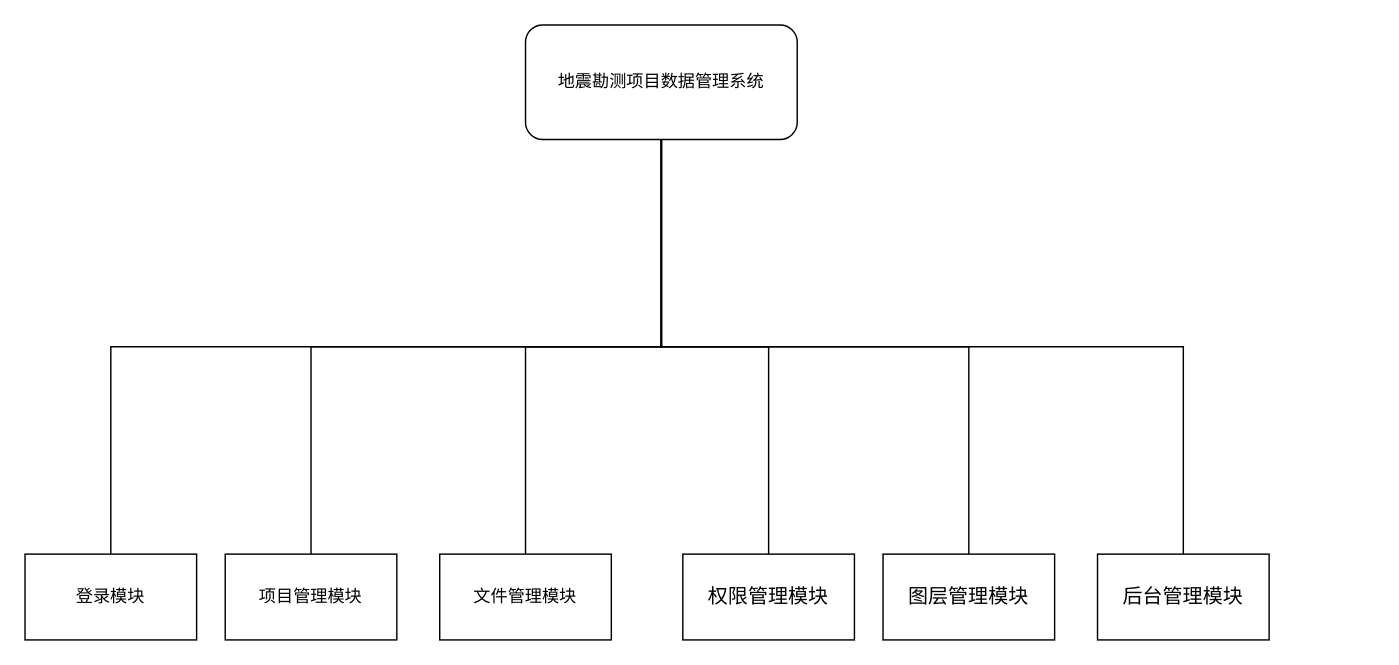
Before: 系统功能模块图.drawio in shehuinidataoge/-, a draw.io diagram. Source tidied: cells renumbered, new cells numbered last; positions are measured from the earlier drawing's top-left corner, leaving out a move shared by most shapes. Both pictures are drawn from the tidied source at 143%, with x=0, y=0 at pixel (24, 24).
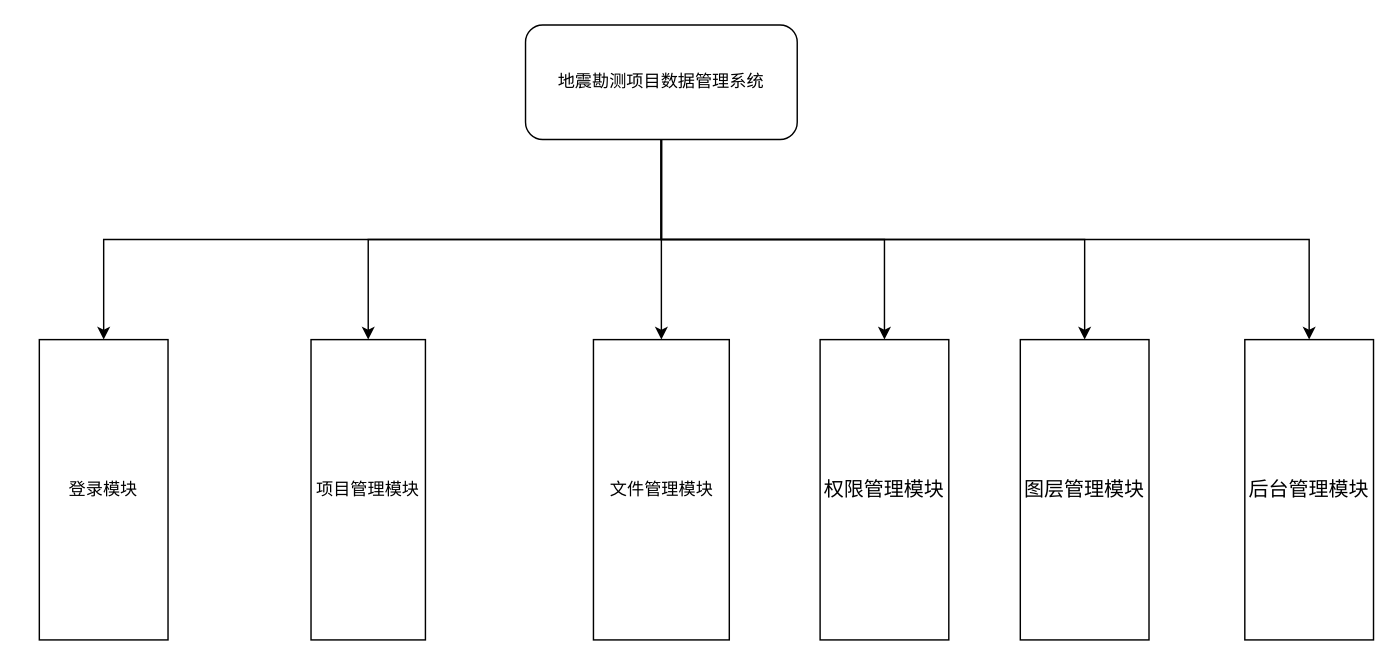
Above is the later version.

Commit message:
Update 系统功能模块图.drawio

Change to the diagram source:
```diff
@@
 <mxGraphModel>
   <root>
     <mxCell id="0" />
     <mxCell id="1" parent="0" />
-    <mxCell id="2" style="edgeStyle=orthogonalEdgeStyle;rounded=0;jettySize=auto;html=1;exitX=0.5;exitY=1;exitDx=0;exitDy=0;endArrow=none;endFill=0;strokeWidth=1;" parent="1" edge="1" source="8" target="11">
-      <mxGeometry relative="1" as="geometry" />
-    </mxCell>
-    <mxCell id="3" style="edgeStyle=orthogonalEdgeStyle;rounded=0;jettySize=auto;html=1;exitX=0.5;exitY=1;exitDx=0;exitDy=0;endArrow=none;endFill=0;strokeWidth=1;" parent="1" edge="1" source="8" target="9">
+    <mxCell id="3" style="edgeStyle=orthogonalEdgeStyle;rounded=0;jettySize=auto;html=1;exitX=0.5;exitY=1;exitDx=0;exitDy=0;entryX=0.5;entryY=0;entryDx=0;entryDy=0;" parent="1" edge="1" source="8" target="9">
       <mxGeometry relative="1" as="geometry" />
     </mxCell>
-    <mxCell id="4" style="edgeStyle=orthogonalEdgeStyle;rounded=0;jettySize=auto;html=1;exitX=0.5;exitY=1;exitDx=0;exitDy=0;endArrow=none;endFill=0;strokeWidth=1;" parent="1" edge="1" source="8" target="10">
+    <mxCell id="4" style="edgeStyle=orthogonalEdgeStyle;rounded=0;jettySize=auto;html=1;exitX=0.5;exitY=1;exitDx=0;exitDy=0;" parent="1" edge="1" source="8" target="10">
       <mxGeometry relative="1" as="geometry" />
     </mxCell>
+    <mxCell id="2" style="edgeStyle=orthogonalEdgeStyle;rounded=0;jettySize=auto;html=1;exitX=0.5;exitY=1;exitDx=0;exitDy=0;" parent="1" edge="1" source="8" target="11">
+      <mxGeometry relative="1" as="geometry" />
+    </mxCell>
-    <mxCell id="5" style="edgeStyle=orthogonalEdgeStyle;rounded=0;jettySize=auto;html=1;exitX=0.5;exitY=1;exitDx=0;exitDy=0;endArrow=none;endFill=0;strokeWidth=1;" parent="1" edge="1" source="8" target="12">
+    <mxCell id="5" style="edgeStyle=orthogonalEdgeStyle;rounded=0;jettySize=auto;html=1;exitX=0.5;exitY=1;exitDx=0;exitDy=0;" parent="1" edge="1" source="8" target="12">
       <mxGeometry relative="1" as="geometry" />
     </mxCell>
-    <mxCell id="6" style="edgeStyle=orthogonalEdgeStyle;rounded=0;jettySize=auto;html=1;exitX=0.5;exitY=1;exitDx=0;exitDy=0;entryX=0.5;entryY=0;entryDx=0;entryDy=0;endArrow=none;endFill=0;strokeWidth=1;" parent="1" edge="1" source="8" target="13">
+    <mxCell id="6" style="edgeStyle=orthogonalEdgeStyle;rounded=0;jettySize=auto;html=1;exitX=0.5;exitY=1;exitDx=0;exitDy=0;" parent="1" edge="1" source="8" target="13">
       <mxGeometry relative="1" as="geometry" />
     </mxCell>
-    <mxCell id="7" style="edgeStyle=orthogonalEdgeStyle;rounded=0;jettySize=auto;html=1;exitX=0.5;exitY=1;exitDx=0;exitDy=0;entryX=0.5;entryY=0;entryDx=0;entryDy=0;endArrow=none;endFill=0;strokeWidth=1;" parent="1" edge="1" source="8" target="14">
+    <mxCell id="7" style="edgeStyle=orthogonalEdgeStyle;rounded=0;jettySize=auto;html=1;exitX=0.5;exitY=1;exitDx=0;exitDy=0;" parent="1" edge="1" source="8" target="14">
       <mxGeometry relative="1" as="geometry" />
     </mxCell>
     <mxCell id="8" value="地震勘测项目数据管理系统" style="rounded=1;whiteSpace=wrap;html=1;" parent="1" vertex="1">
       <mxGeometry x="350" width="190" height="80" as="geometry" />
     </mxCell>
     <mxCell id="9" value="&lt;span&gt;登录模块&lt;/span&gt;" style="rounded=0;whiteSpace=wrap;html=1;" parent="1" vertex="1">
-      <mxGeometry y="370" width="120" height="60" as="geometry" />
+      <mxGeometry x="10" y="220" width="90" height="210" as="geometry" />
     </mxCell>
     <mxCell id="10" value="项目管理模块" style="rounded=0;whiteSpace=wrap;html=1;" parent="1" vertex="1">
-      <mxGeometry x="140" y="370" width="120" height="60" as="geometry" />
+      <mxGeometry x="200" y="220" width="80" height="210" as="geometry" />
     </mxCell>
     <mxCell id="11" value="文件管理模块" style="rounded=0;whiteSpace=wrap;html=1;" parent="1" vertex="1">
-      <mxGeometry x="290" y="370" width="120" height="60" as="geometry" />
+      <mxGeometry x="397.5" y="220" width="95" height="210" as="geometry" />
     </mxCell>
     <mxCell id="12" value="&lt;span style=&quot;font-size: 14px&quot;&gt;权限管理模块&lt;/span&gt;" style="rounded=0;whiteSpace=wrap;html=1;" parent="1" vertex="1">
-      <mxGeometry x="460" y="370" width="120" height="60" as="geometry" />
+      <mxGeometry x="556" y="220" width="90" height="210" as="geometry" />
     </mxCell>
     <mxCell id="13" value="&lt;span style=&quot;font-size: 14px&quot;&gt;图层管理模块&lt;/span&gt;" style="rounded=0;whiteSpace=wrap;html=1;" parent="1" vertex="1">
-      <mxGeometry x="600" y="370" width="120" height="60" as="geometry" />
+      <mxGeometry x="696" y="220" width="90" height="210" as="geometry" />
     </mxCell>
     <mxCell id="14" value="&lt;span style=&quot;font-size: 14px&quot;&gt;后台管理模块&lt;/span&gt;" style="rounded=0;whiteSpace=wrap;html=1;" parent="1" vertex="1">
-      <mxGeometry x="750" y="370" width="120" height="60" as="geometry" />
+      <mxGeometry x="853" y="220" width="90" height="210" as="geometry" />
     </mxCell>
   </root>
 </mxGraphModel>
```
